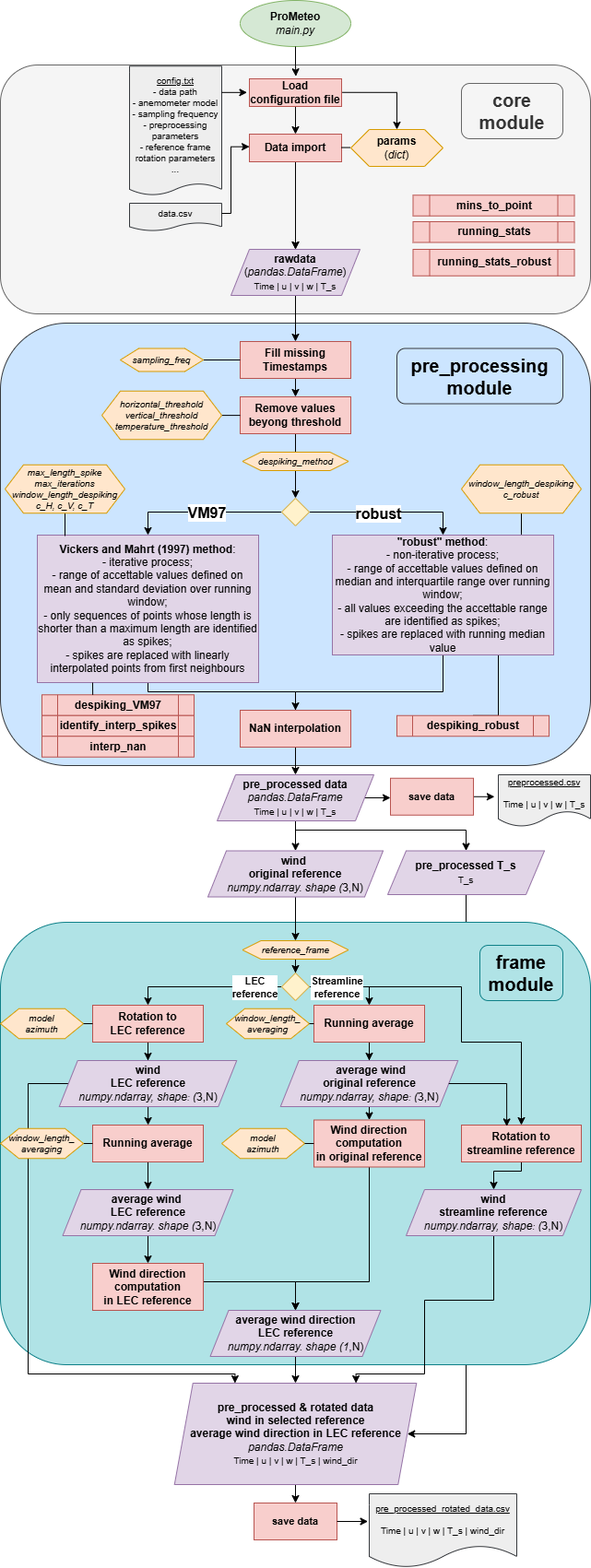
Before: docs/source/images/ProMeteo_flowchart.png, a diagram exported from draw.io (aleszamp98/ProMeteo). Source tidied: cells renumbered, new cells last; positions are measured from the earlier drawing's top-left corner, leaving out a move shared by most shapes.
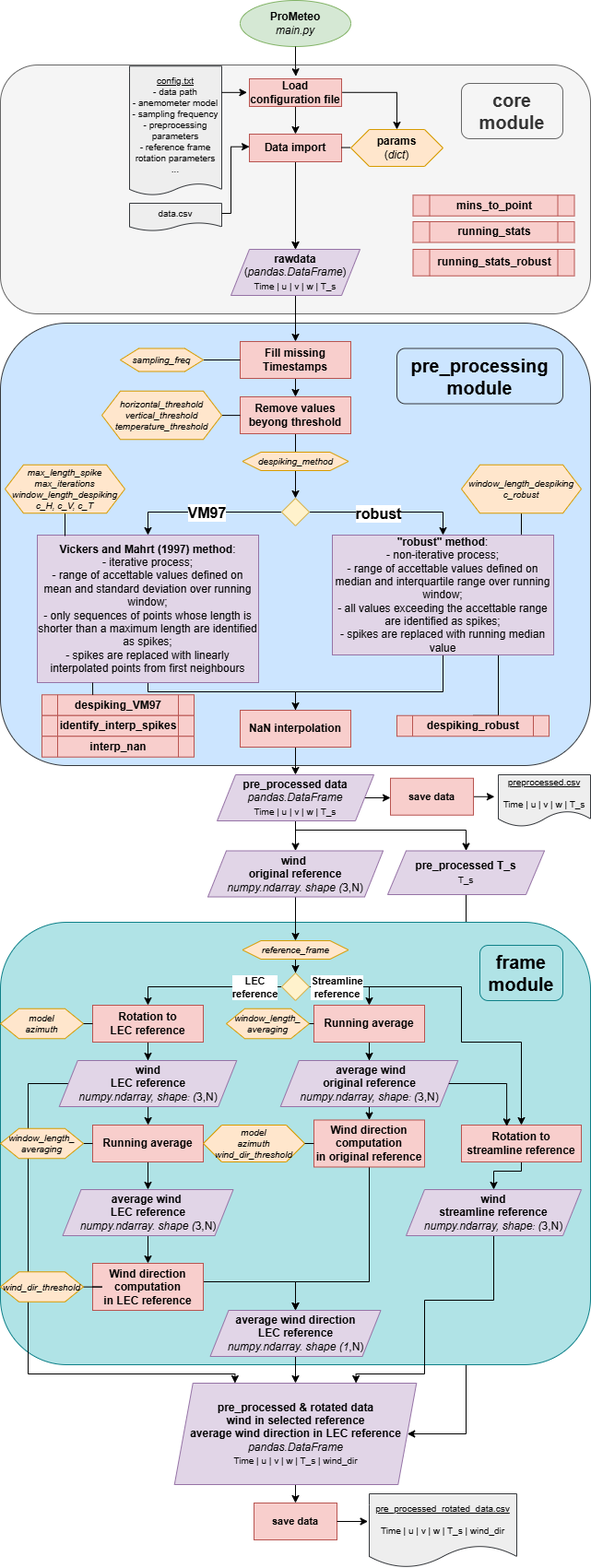
After the commit.

Change to the diagram source:
```diff
@@ -355,8 +355,8 @@
     <mxCell id="94" value="&lt;i&gt;window_length_&lt;br&gt;averaging&lt;/i&gt;" style="shape=hexagon;perimeter=hexagonPerimeter2;whiteSpace=wrap;html=1;fixedSize=1;fontSize=10;fillColor=#ffe6cc;strokeColor=#d79b00;" parent="1" vertex="1">
       <mxGeometry x="245" y="1093.8" width="90" height="32.5" as="geometry" />
     </mxCell>
-    <mxCell id="95" value="&lt;i&gt;model&lt;/i&gt;&lt;div&gt;&lt;i&gt;azimuth&lt;/i&gt;&lt;/div&gt;" style="shape=hexagon;perimeter=hexagonPerimeter2;whiteSpace=wrap;html=1;fixedSize=1;fontSize=10;fillColor=#ffe6cc;strokeColor=#d79b00;" parent="1" vertex="1">
-      <mxGeometry x="240" y="1223.8" width="90" height="32.5" as="geometry" />
+    <mxCell id="95" value="&lt;i&gt;model&lt;/i&gt;&lt;div&gt;&lt;i&gt;azimuth&lt;/i&gt;&lt;/div&gt;&lt;div&gt;&lt;i&gt;wind_dir_threshold&lt;/i&gt;&lt;/div&gt;" style="shape=hexagon;perimeter=hexagonPerimeter2;whiteSpace=wrap;html=1;fixedSize=1;fontSize=10;fillColor=#ffe6cc;strokeColor=#d79b00;" parent="1" vertex="1">
+      <mxGeometry x="220" y="1220" width="110" height="40" as="geometry" />
     </mxCell>
     <mxCell id="96" style="edgeStyle=orthogonalEdgeStyle;rounded=0;jettySize=auto;html=1;entryX=0.5;entryY=0;entryDx=0;entryDy=0;" parent="1" edge="1" source="97" target="103">
       <mxGeometry relative="1" as="geometry">
@@ -426,5 +426,11 @@
     <mxCell id="113" value="despiking_robust" style="shape=process;whiteSpace=wrap;html=1;backgroundOutline=1;fillColor=#f8cecc;strokeColor=#b85450;fontStyle=1;" parent="1" vertex="1">
       <mxGeometry x="430" y="775.8" width="165" height="22.5" as="geometry" />
     </mxCell>
+    <mxCell id="114" style="edgeStyle=orthogonalEdgeStyle;rounded=0;jettySize=auto;html=1;entryX=0;entryY=0.5;entryDx=0;entryDy=0;endArrow=none;startFill=0;" parent="1" edge="1" source="115" target="87">
+      <mxGeometry relative="1" as="geometry" />
+    </mxCell>
+    <mxCell id="115" value="&lt;i&gt;wind_dir_threshold&lt;/i&gt;" style="shape=hexagon;perimeter=hexagonPerimeter2;whiteSpace=wrap;html=1;fixedSize=1;fontSize=10;fillColor=#ffe6cc;strokeColor=#d79b00;" parent="1" vertex="1">
+      <mxGeometry y="1379.2" width="90" height="32.5" as="geometry" />
+    </mxCell>
   </root>
 </mxGraphModel>
```
